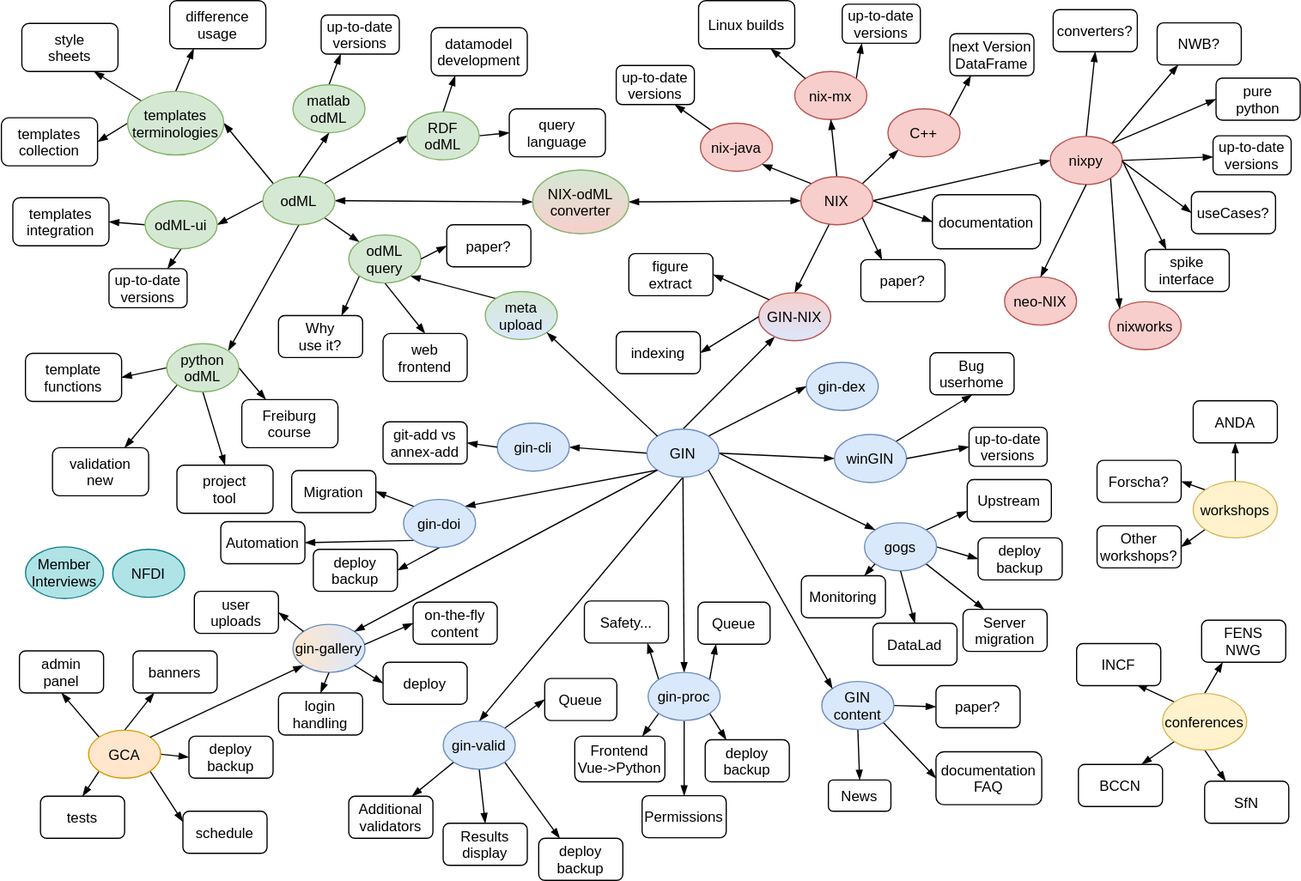
Earlier version of the draw.io export projects_overview/G-Node_project_map.svg (mpsonntag/prodoc). Source tidied: cells renumbered, new cells last; positions are measured from the earlier drawing's top-left corner, leaving out a move shared by most shapes.
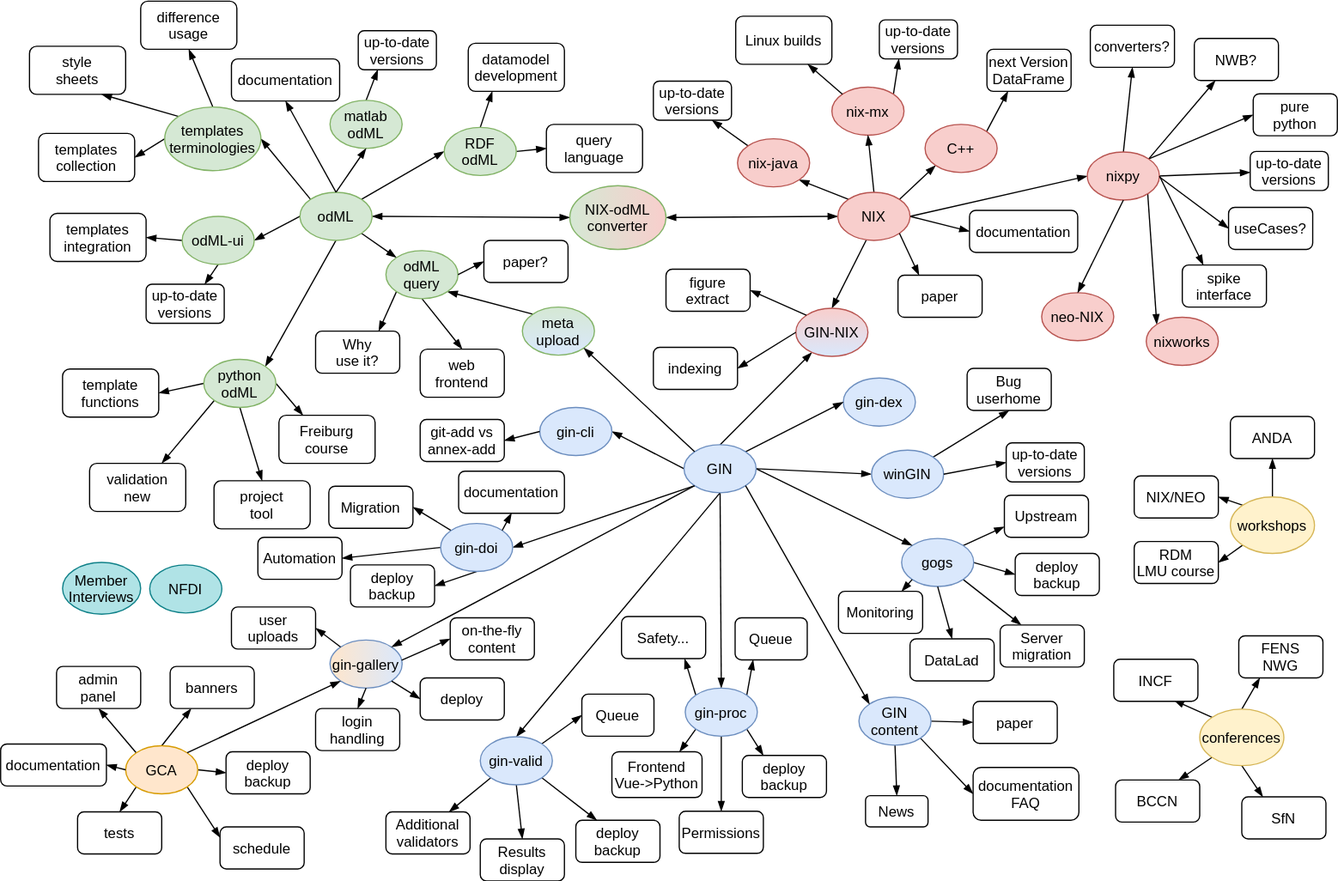
The same file after the commit.

Commit message:
[projects/overview] Add documentation

The edit, as a diff of the source:
```diff
@@ -83,7 +83,7 @@
     <mxCell id="26" value="NWB?" style="rounded=1;" parent="1" vertex="1">
       <mxGeometry x="961" y="18.5" width="70" height="35" as="geometry" />
     </mxCell>
-    <mxCell id="27" value="paper?" style="rounded=1;" parent="1" vertex="1">
+    <mxCell id="27" value="paper" style="rounded=1;" parent="1" vertex="1">
       <mxGeometry x="714.5" y="215.5" width="70" height="35" as="geometry" />
     </mxCell>
     <mxCell id="28" value="useCases?" style="rounded=1;" parent="1" vertex="1">
@@ -96,7 +96,7 @@
       <mxGeometry x="874.5" y="7.5" width="70" height="35" as="geometry" />
     </mxCell>
     <mxCell id="31" value="documentation" style="rounded=1;" parent="1" vertex="1">
-      <mxGeometry x="774" y="161.5" width="90" height="45" as="geometry" />
+      <mxGeometry x="774" y="161.5" width="90" height="35" as="geometry" />
     </mxCell>
     <mxCell id="32" value="gin-dex" style="ellipse;fillColor=#dae8fc;strokeColor=#6c8ebf;" parent="1" vertex="1">
       <mxGeometry x="669" y="301" width="60" height="40" as="geometry" />
@@ -131,7 +131,7 @@
     <mxCell id="42" style="edgeStyle=none;rounded=0;jettySize=auto;exitX=0;exitY=0.5;exitDx=0;exitDy=0;entryX=1;entryY=0.5;entryDx=0;entryDy=0;endArrow=blockThin;endFill=1;" parent="1" edge="1" source="48" target="51">
       <mxGeometry relative="1" as="geometry" />
     </mxCell>
-    <mxCell id="43" style="edgeStyle=none;rounded=0;jettySize=auto;exitX=0;exitY=1;exitDx=0;exitDy=0;entryX=1;entryY=0;entryDx=0;entryDy=0;endArrow=blockThin;endFill=1;" parent="1" edge="1" source="48" target="55">
+    <mxCell id="43" style="edgeStyle=none;rounded=0;jettySize=auto;exitX=0;exitY=1;exitDx=0;exitDy=0;entryX=1;entryY=0.5;entryDx=0;entryDy=0;endArrow=blockThin;endFill=1;" parent="1" edge="1" source="48" target="55">
       <mxGeometry relative="1" as="geometry" />
     </mxCell>
     <mxCell id="44" style="edgeStyle=none;rounded=0;jettySize=auto;exitX=0.5;exitY=1;exitDx=0;exitDy=0;entryX=0.5;entryY=0;entryDx=0;entryDy=0;endArrow=blockThin;endFill=1;" parent="1" edge="1" source="48" target="60">
@@ -156,9 +156,9 @@
       <mxGeometry x="737" y="90" width="60" height="40" as="geometry" />
     </mxCell>
     <mxCell id="51" value="gin-cli" style="ellipse;fillColor=#dae8fc;strokeColor=#6c8ebf;" parent="1" vertex="1">
-      <mxGeometry x="412" y="351.5" width="60" height="40" as="geometry" />
+      <mxGeometry x="416.5" y="325.5" width="60" height="40" as="geometry" />
     </mxCell>
-    <mxCell id="52" style="edgeStyle=none;rounded=0;jettySize=auto;exitX=0;exitY=1;exitDx=0;exitDy=0;entryX=1;entryY=0.5;entryDx=0;entryDy=0;endArrow=blockThin;endFill=1;" parent="1" edge="1" source="55" target="150">
+    <mxCell id="52" style="edgeStyle=none;rounded=0;jettySize=auto;exitX=0;exitY=0.5;exitDx=0;exitDy=0;entryX=1;entryY=0.5;entryDx=0;entryDy=0;endArrow=blockThin;endFill=1;" parent="1" edge="1" source="55" target="150">
       <mxGeometry relative="1" as="geometry" />
     </mxCell>
     <mxCell id="53" style="edgeStyle=none;rounded=0;jettySize=auto;exitX=0;exitY=0;exitDx=0;exitDy=0;entryX=1;entryY=0.5;entryDx=0;entryDy=0;endArrow=blockThin;endFill=1;" parent="1" edge="1" source="55" target="151">
@@ -168,7 +168,7 @@
       <mxGeometry relative="1" as="geometry" />
     </mxCell>
     <mxCell id="55" value="gin-doi" style="ellipse;fillColor=#dae8fc;strokeColor=#6c8ebf;" parent="1" vertex="1">
-      <mxGeometry x="334" y="415" width="60" height="40" as="geometry" />
+      <mxGeometry x="334" y="422" width="60" height="40" as="geometry" />
     </mxCell>
     <mxCell id="56" style="edgeStyle=none;rounded=0;jettySize=auto;exitX=1;exitY=0;exitDx=0;exitDy=0;entryX=0;entryY=0.5;entryDx=0;entryDy=0;endArrow=blockThin;endFill=1;" parent="1" edge="1" source="60" target="144">
       <mxGeometry relative="1" as="geometry" />
@@ -282,7 +282,7 @@
       <mxGeometry x="9" y="164" width="80" height="40" as="geometry" />
     </mxCell>
     <mxCell id="93" value="style&#10;sheets" style="rounded=1;" parent="1" vertex="1">
-      <mxGeometry x="16.5" y="19" width="80" height="40" as="geometry" />
+      <mxGeometry x="-8" y="25" width="80" height="40" as="geometry" />
     </mxCell>
     <mxCell id="94" value="project&#10;tool" style="rounded=1;" parent="1" vertex="1">
       <mxGeometry x="145.5" y="386.5" width="80" height="40" as="geometry" />
@@ -299,7 +299,7 @@
     <mxCell id="98" style="edgeStyle=none;rounded=0;jettySize=auto;exitX=0;exitY=0;exitDx=0;exitDy=0;entryX=0.75;entryY=1;entryDx=0;entryDy=0;startArrow=none;startFill=0;endArrow=blockThin;endFill=1;" parent="1" edge="1" source="101" target="93">
       <mxGeometry relative="1" as="geometry" />
     </mxCell>
-    <mxCell id="99" style="edgeStyle=none;rounded=0;jettySize=auto;exitX=0.5;exitY=0;exitDx=0;exitDy=0;entryX=0.25;entryY=1;entryDx=0;entryDy=0;startArrow=none;startFill=0;endArrow=blockThin;endFill=1;" parent="1" edge="1" source="101" target="159">
+    <mxCell id="99" style="edgeStyle=none;rounded=0;jettySize=auto;exitX=0.5;exitY=0;exitDx=0;exitDy=0;entryX=0.5;entryY=1;entryDx=0;entryDy=0;startArrow=none;startFill=0;endArrow=blockThin;endFill=1;" parent="1" edge="1" source="101" target="159">
       <mxGeometry relative="1" as="geometry" />
     </mxCell>
     <mxCell id="100" style="edgeStyle=none;rounded=0;jettySize=auto;exitX=0;exitY=0.5;exitDx=0;exitDy=0;entryX=1;entryY=0.5;entryDx=0;entryDy=0;startArrow=none;startFill=0;endArrow=blockThin;endFill=1;" parent="1" edge="1" source="101" target="162">
@@ -308,7 +308,7 @@
     <mxCell id="101" value="templates&#10;terminologies" style="ellipse;fillColor=#d5e8d4;strokeColor=#82b366;" parent="1" vertex="1">
       <mxGeometry x="104.5" y="75.5" width="80" height="53" as="geometry" />
     </mxCell>
-    <mxCell id="102" value="NIX-odML&#10;converter" style="ellipse;fillColor=#d5e8d4;strokeColor=#82b366;gradientColor=#F8CECC;" parent="1" vertex="1">
+    <mxCell id="102" value="NIX-odML&#10;converter" style="ellipse;fillColor=#d5e8d4;strokeColor=#82b366;gradientColor=#F8CECC;gradientDirection=east;" parent="1" vertex="1">
       <mxGeometry x="441.5" y="141" width="80" height="53" as="geometry" />
     </mxCell>
     <mxCell id="103" style="edgeStyle=none;rounded=0;jettySize=auto;exitX=0;exitY=0.5;exitDx=0;exitDy=0;entryX=1;entryY=0.5;entryDx=0;entryDy=0;startArrow=none;startFill=0;endArrow=blockThin;endFill=1;" parent="1" edge="1" source="105" target="92">
@@ -368,7 +368,7 @@
     <mxCell id="121" value="GCA" style="ellipse;fillColor=#ffe6cc;strokeColor=#d79b00;" parent="1" vertex="1">
       <mxGeometry x="72" y="607" width="60" height="40" as="geometry" />
     </mxCell>
-    <mxCell id="122" value="paper?" style="rounded=1;" parent="1" vertex="1">
+    <mxCell id="122" value="paper" style="rounded=1;" parent="1" vertex="1">
       <mxGeometry x="777" y="570" width="70" height="35" as="geometry" />
     </mxCell>
     <mxCell id="123" value="banners" style="rounded=1;" parent="1" vertex="1">
@@ -384,7 +384,7 @@
       <mxGeometry x="259" y="456.5" width="70" height="35" as="geometry" />
     </mxCell>
     <mxCell id="127" value="deploy&#10;backup" style="rounded=1;" parent="1" vertex="1">
-      <mxGeometry x="446.5" y="697" width="70" height="35" as="geometry" />
+      <mxGeometry x="446.5" y="669" width="70" height="35" as="geometry" />
     </mxCell>
     <mxCell id="128" value="deploy&#10;backup" style="rounded=1;" parent="1" vertex="1">
       <mxGeometry x="585" y="615" width="70" height="35" as="geometry" />
@@ -413,10 +413,10 @@
     <mxCell id="136" value="ANDA" style="rounded=1;" parent="1" vertex="1">
       <mxGeometry x="991" y="333" width="70" height="35" as="geometry" />
     </mxCell>
-    <mxCell id="137" value="Forscha?" style="rounded=1;" parent="1" vertex="1">
+    <mxCell id="137" value="NIX/NEO" style="rounded=1;" parent="1" vertex="1">
       <mxGeometry x="911" y="382.5" width="70" height="35" as="geometry" />
     </mxCell>
-    <mxCell id="138" value="Other&#10;workshops?" style="rounded=1;" parent="1" vertex="1">
+    <mxCell id="138" value="RDM&#10;LMU course" style="rounded=1;" parent="1" vertex="1">
       <mxGeometry x="911" y="437" width="70" height="35" as="geometry" />
     </mxCell>
     <mxCell id="139" value="Member&#10;Interviews" style="ellipse;fillColor=#b0e3e6;strokeColor=#0e8088;spacing=0;" parent="1" vertex="1">
@@ -480,7 +480,7 @@
       <mxGeometry x="265.5" y="12" width="65" height="32.5" as="geometry" />
     </mxCell>
     <mxCell id="159" value="difference&#10;usage" style="rounded=1;" parent="1" vertex="1">
-      <mxGeometry x="139.5" width="80" height="40" as="geometry" />
+      <mxGeometry x="84.5" y="-12.5" width="80" height="40" as="geometry" />
     </mxCell>
     <mxCell id="160" value="Freiburg&#10;course" style="rounded=1;" parent="1" vertex="1">
       <mxGeometry x="199.5" y="332" width="80" height="40" as="geometry" />
@@ -498,7 +498,7 @@
       <mxGeometry relative="1" as="geometry" />
     </mxCell>
     <mxCell id="165" value="git-add vs&#10;annex-add" style="rounded=1;" parent="1" vertex="1">
-      <mxGeometry x="317" y="350.5" width="70" height="35" as="geometry" />
+      <mxGeometry x="317" y="335.5" width="70" height="35" as="geometry" />
     </mxCell>
     <mxCell id="166" style="edgeStyle=none;rounded=0;jettySize=auto;exitX=0;exitY=0.5;exitDx=0;exitDy=0;entryX=1;entryY=0.5;entryDx=0;entryDy=0;endArrow=blockThin;endFill=1;" parent="1" edge="1" source="51" target="165">
       <mxGeometry relative="1" as="geometry" />
@@ -596,5 +596,23 @@
     <mxCell id="197" style="edgeStyle=none;rounded=0;jettySize=auto;exitX=0.993;exitY=0.421;exitDx=0;exitDy=0;entryX=0;entryY=0.5;entryDx=0;entryDy=0;endArrow=blockThin;endFill=1;exitPerimeter=0;" parent="1" edge="1" source="187" target="195">
       <mxGeometry relative="1" as="geometry" />
     </mxCell>
+    <mxCell id="198" value="documentation" style="rounded=1;" parent="1" vertex="1">
+      <mxGeometry x="-32" y="605.5" width="88" height="35" as="geometry" />
+    </mxCell>
+    <mxCell id="199" style="edgeStyle=none;rounded=0;jettySize=auto;exitX=0;exitY=0.5;exitDx=0;exitDy=0;entryX=1;entryY=0.5;entryDx=0;entryDy=0;endArrow=blockThin;endFill=1;" parent="1" edge="1" source="121" target="198">
+      <mxGeometry relative="1" as="geometry" />
+    </mxCell>
+    <mxCell id="200" value="documentation" style="rounded=1;" parent="1" vertex="1">
+      <mxGeometry x="349" y="378.5" width="88" height="35" as="geometry" />
+    </mxCell>
+    <mxCell id="201" style="edgeStyle=none;rounded=0;jettySize=auto;exitX=1;exitY=0;exitDx=0;exitDy=0;entryX=0.5;entryY=1;entryDx=0;entryDy=0;endArrow=blockThin;endFill=1;" parent="1" edge="1" source="55" target="200">
+      <mxGeometry relative="1" as="geometry" />
+    </mxCell>
+    <mxCell id="202" value="documentation" style="rounded=1;" parent="1" vertex="1">
+      <mxGeometry x="160" y="35.5" width="90" height="35" as="geometry" />
+    </mxCell>
+    <mxCell id="203" style="edgeStyle=none;rounded=0;jettySize=auto;exitX=0.5;exitY=0;exitDx=0;exitDy=0;entryX=0.5;entryY=1;entryDx=0;entryDy=0;startArrow=none;startFill=0;endArrow=blockThin;endFill=1;" parent="1" edge="1" source="74" target="202">
+      <mxGeometry relative="1" as="geometry" />
+    </mxCell>
   </root>
 </mxGraphModel>
```
